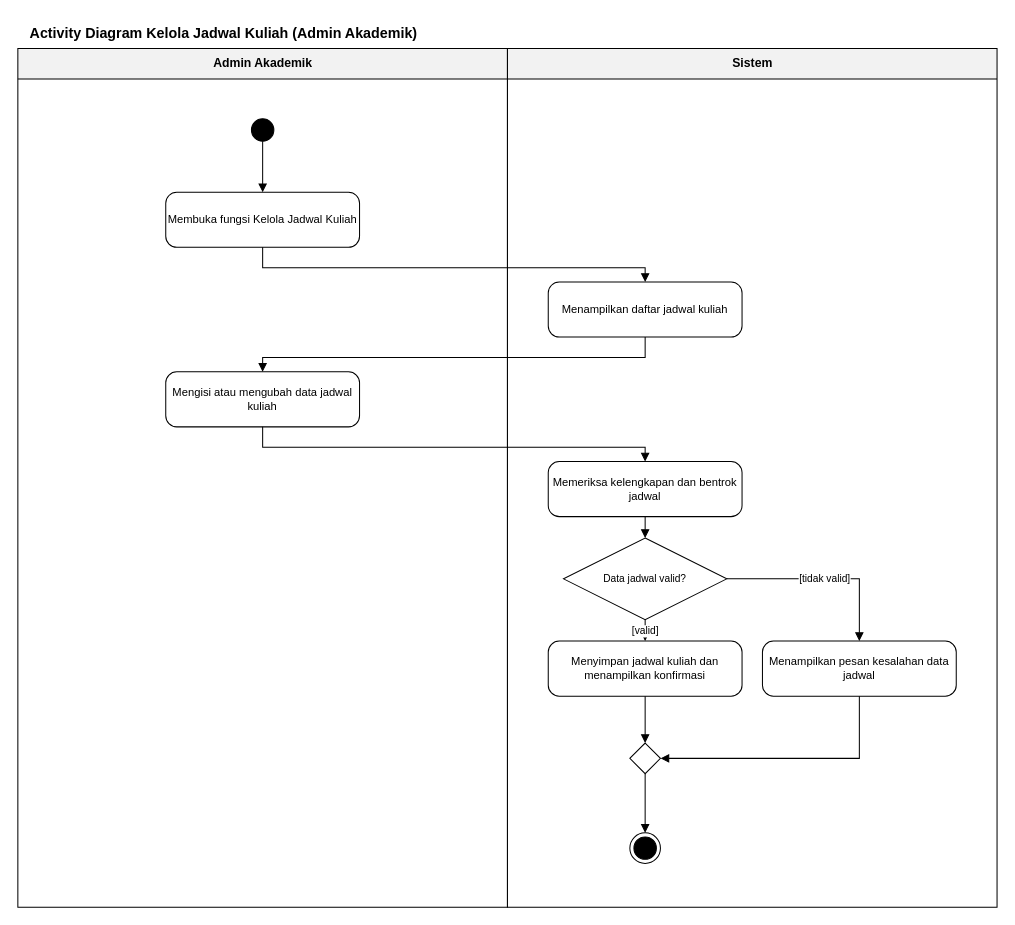
Above: 04_Model_Analisis/P06/SIA/P06_2406072_SIA_activity_kelola_jadwal_kuliah_v01.drawio in nabilmuhammadramadhan/IFRWP5149_2406072_LabAlat (draw.io), before the change. Source tidied: cells renumbered, new cells numbered last; positions are measured from the earlier drawing's top-left corner, leaving out a move shared by most shapes. Both pictures are drawn from the tidied source at 102%, with x=0, y=0 at pixel (17, 17).
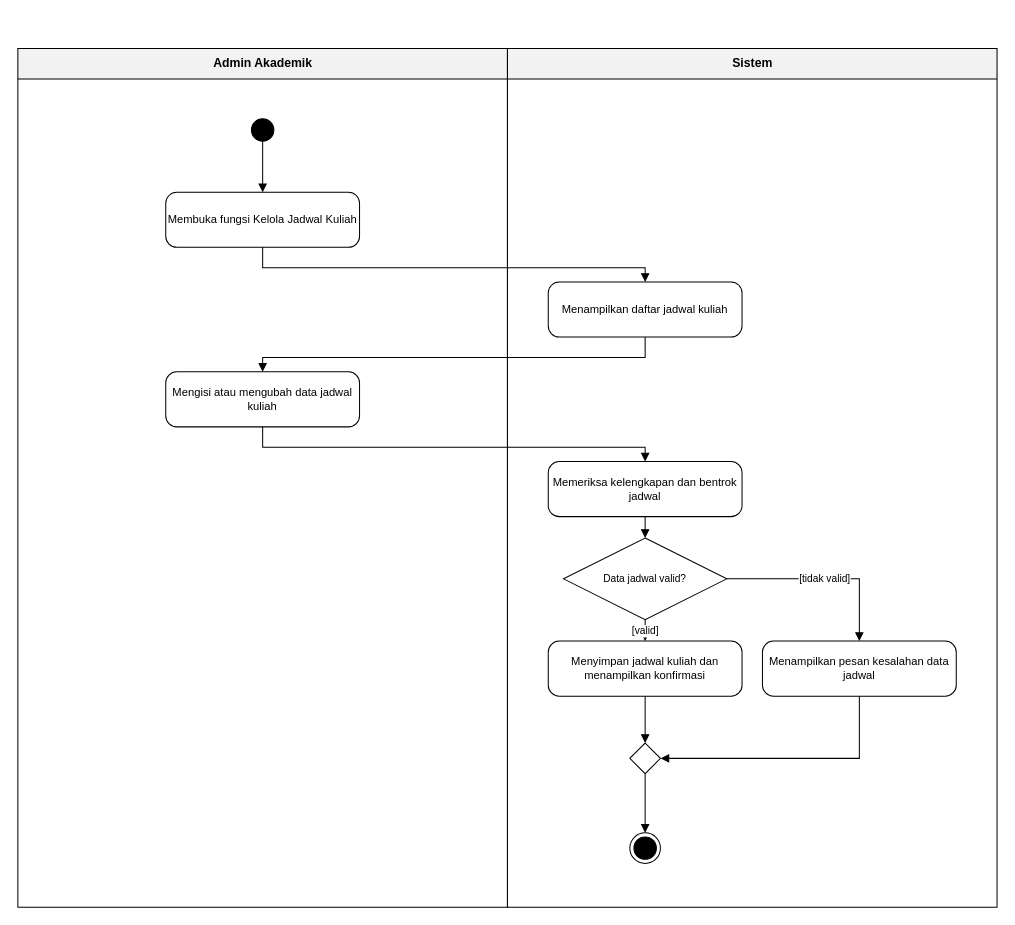
The same diagram, later.

What changed in the source:
```diff
@@
-    <mxCell id="2" value="Activity Diagram Kelola Jadwal Kuliah (Admin Akademik)" style="text;html=1;align=left;fontStyle=1;fontSize=14;" parent="1" vertex="1">
-      <mxGeometry x="10" width="600" height="26" as="geometry" />
-    </mxCell>
```
